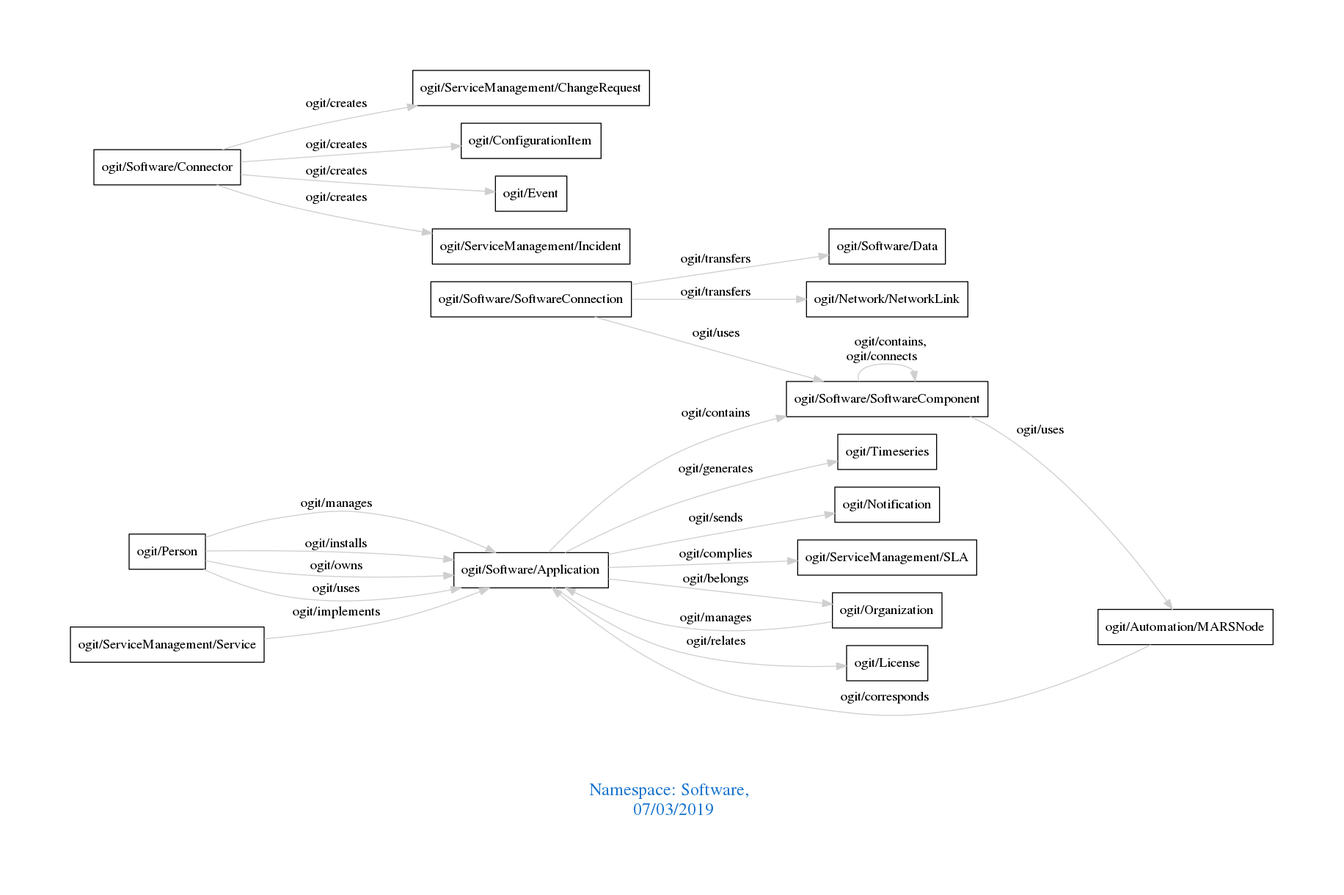
This is downloads/Software.png from arago/OGIT, a Graphviz export, as it was before one commit. Its source is kept beside it as downloads/Software.dot.
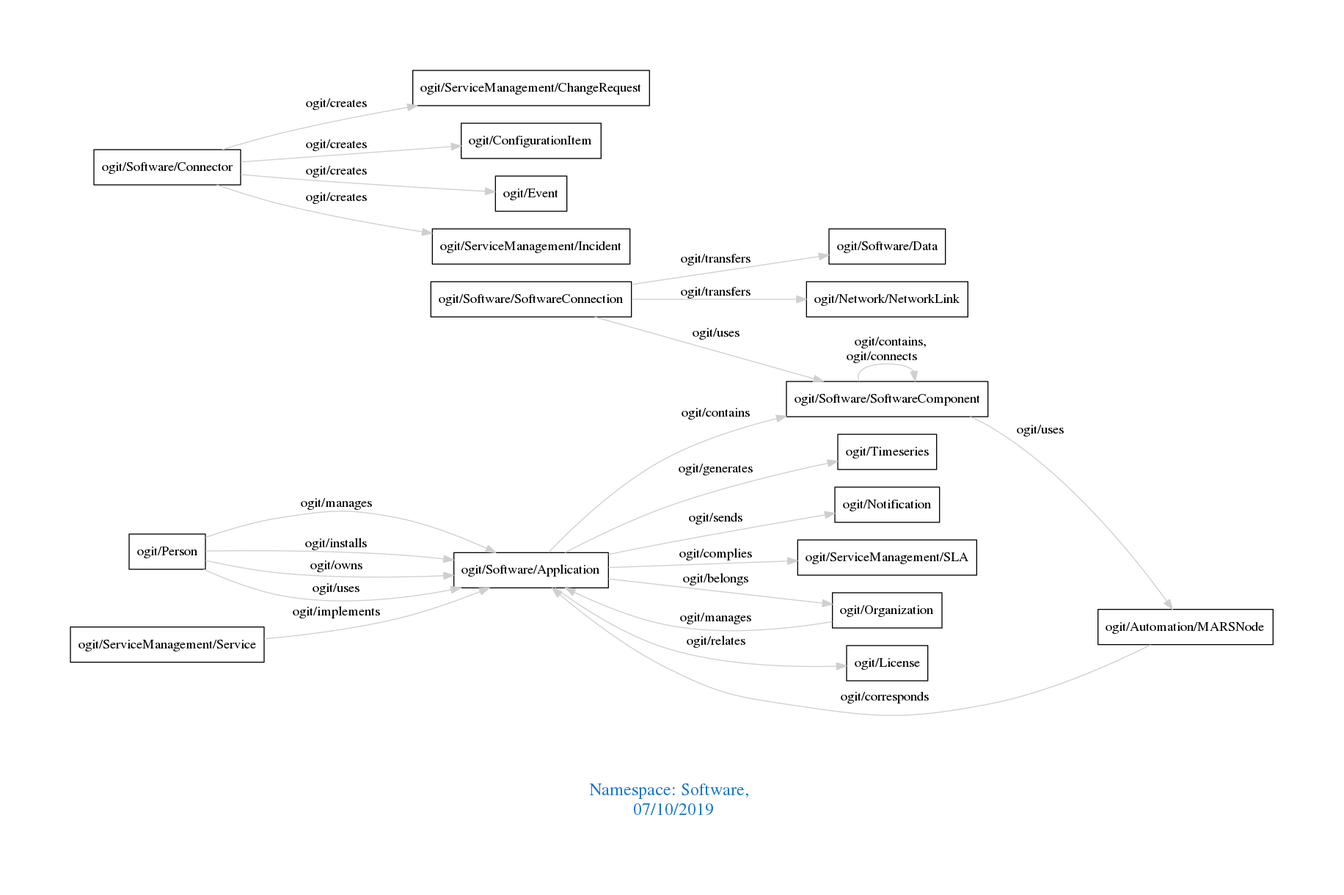
Later version of the same file.

Change to the diagram source:
```diff
@@ -1,7 +1,7 @@
 digraph OGIT_ontology {
  graph [ rankdir= LR,pad=1
 fontsize = 18,
-fontcolor= dodgerblue3,label = "\n\n\nNamespace: Software, \n 07/03/2019"];
+fontcolor= dodgerblue3,label = "\n\n\nNamespace: Software, \n 07/10/2019"];
 node[shape=polygon];
 edge [  color="gray81"];
 
```
